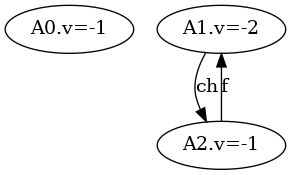
Above: heap_graph.png in AlexFrazao/Advanced-Algorithms (Graphviz), before the change. Its source is kept beside it as heap_graph.dot.
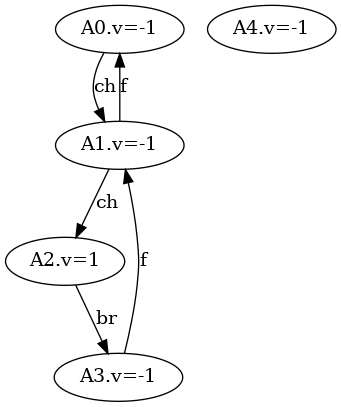
The same file after the commit.

The edit, as a diff of the source:
```diff
@@ -1,7 +1,12 @@
 digraph {
 A0 [label="A0.v=-1"]
-A1 [label="A1.v=-2"]
-A2 [label="A2.v=-1"]
+A1 [label="A1.v=-1"]
+A2 [label="A2.v=1"]
+A3 [label="A3.v=-1"]
+A4 [label="A4.v=-1"]
+A0 -> A1 [label="ch"]
 A1 -> A2 [label="ch"]
-A2 -> A1 [label="f"]
+A1 -> A0 [label="f"]
+A2 -> A3 [label="br"]
+A3 -> A1 [label="f"]
 }
```
